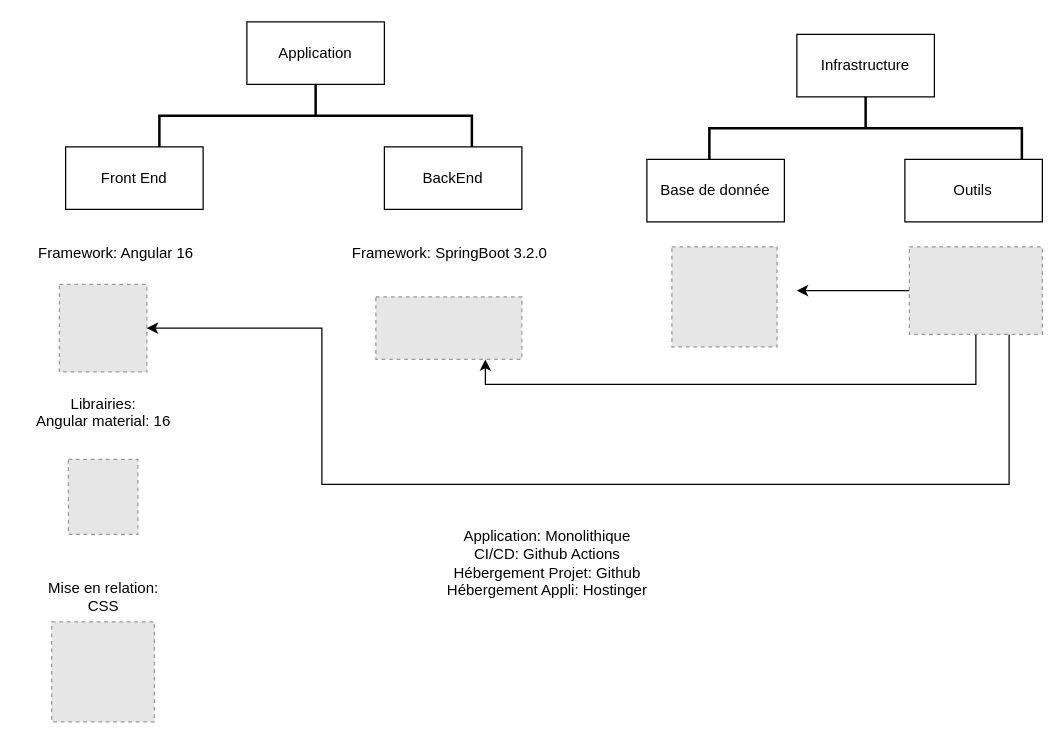
This is page "Schéma d'application" (5 of 9) of Diagramme sans nom.drawio from Ali0908/BDD_UML, a draw.io file, before an edit. Source tidied: cells renumbered, new cells numbered last; positions are measured from the earlier drawing's top-left corner, leaving out a move shared by most shapes. Both pictures are drawn from the tidied source at 125%, with x=0, y=0 at pixel (21, -41). Pictures stored in the file or linked from it are replaced by grey dashed boxes.
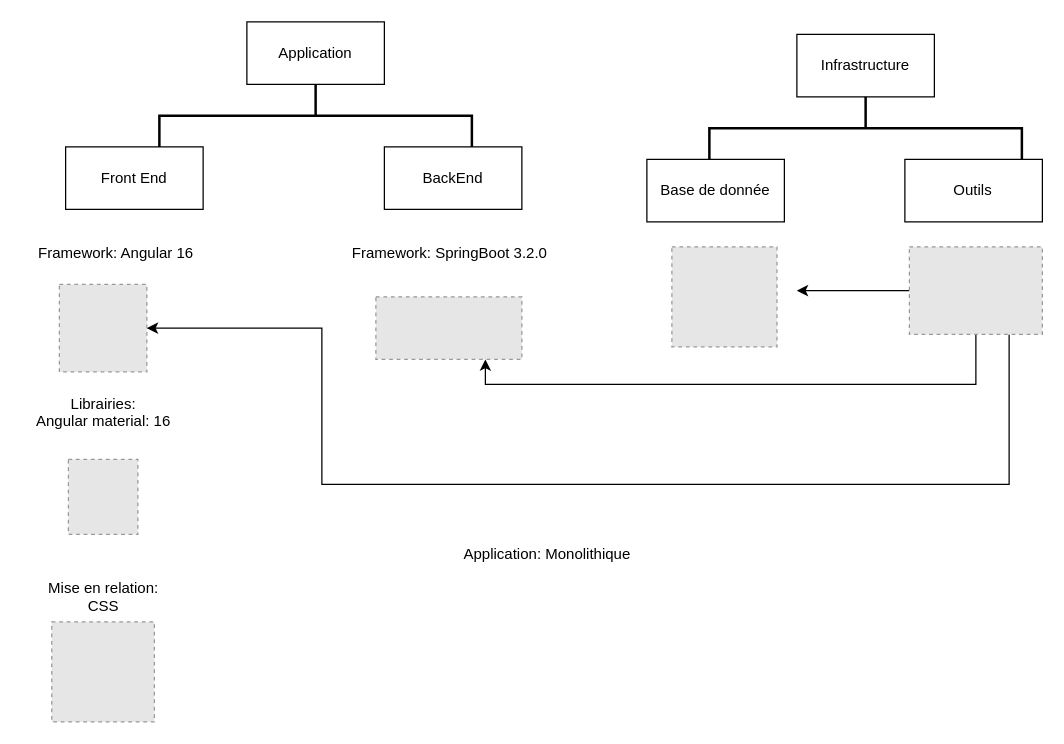
After the change.

Commit message:
MAJ schéma d'application

Change to the diagram source:
```diff
@@
-    <mxCell id="23" value="Application: Monolithique&lt;br&gt;CI/CD: Github Actions&lt;br&gt;Hébergement Projet: Github&lt;br&gt;Hébergement Appli: Hostinger" style="text;html=1;align=center;verticalAlign=middle;strokeColor=none;fillColor=none;" parent="1" vertex="1">
-      <mxGeometry x="330" y="448" width="180" height="70" as="geometry" />
+    <mxCell id="23" value="Application: Monolithique&lt;div&gt;&lt;br/&gt;&lt;/div&gt;" style="text;html=1;align=center;verticalAlign=middle;strokeColor=none;fillColor=none;" parent="1" vertex="1">
+      <mxGeometry x="340" y="463" width="160" height="40" as="geometry" />
     </mxCell>
```
